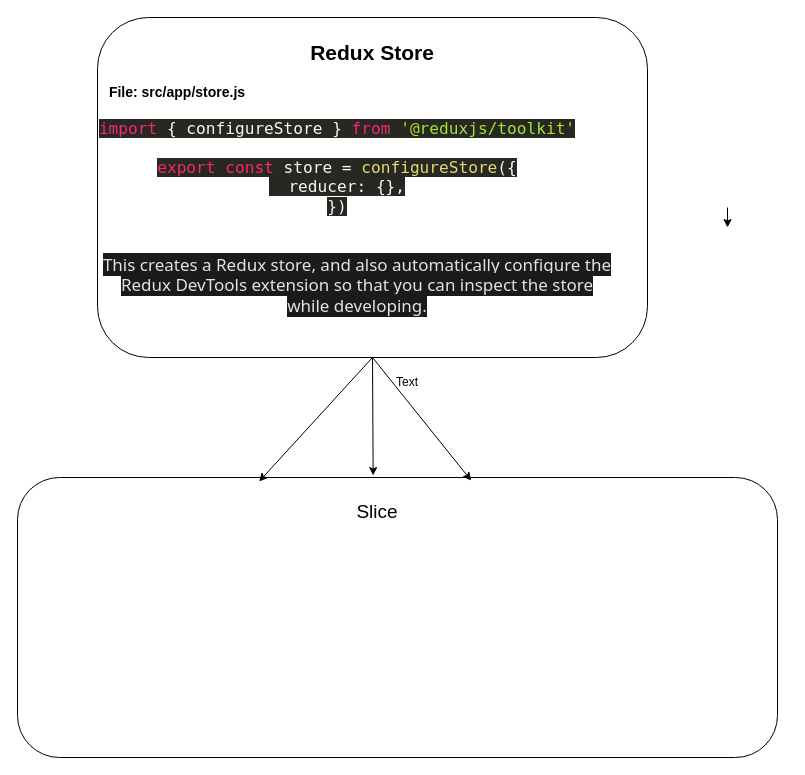
DriveSoft/diagrams keeps this draw.io diagram as Неозаглавена диаграма.drawio. Above is the earlier version. Source tidied: cells renumbered, new cells numbered last; positions are measured from the earlier drawing's top-left corner, leaving out a move shared by most shapes. Both pictures are drawn from the tidied source at 100%, with x=0, y=0 at pixel (17, 17).
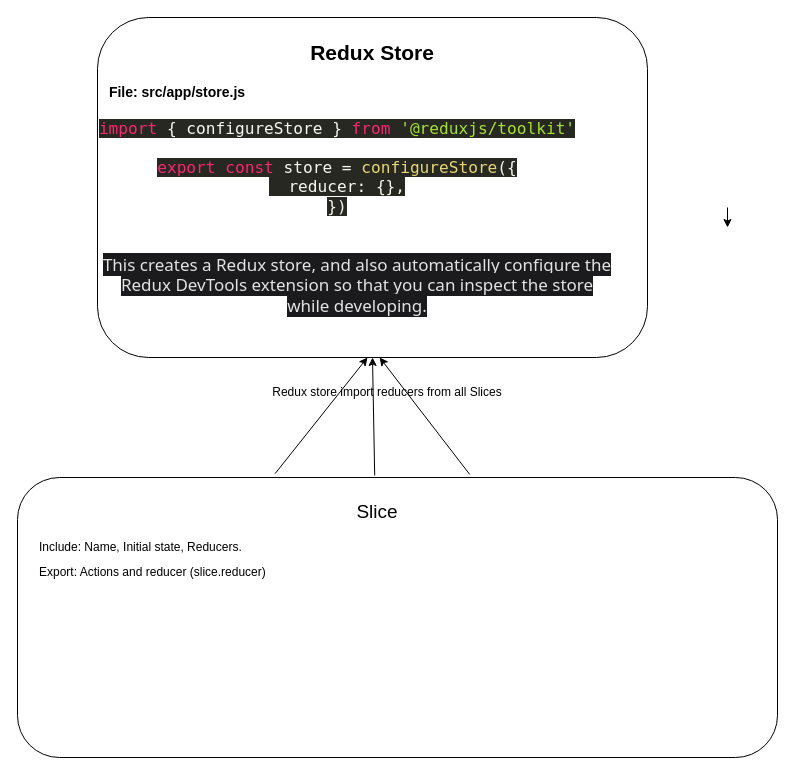
Above is the later version.

Change to the diagram source:
```diff
@@
 <mxGraphModel>
   <root>
     <mxCell id="0" />
     <mxCell id="1" parent="0" />
     <mxCell id="2" style="edgeStyle=orthogonalEdgeStyle;rounded=0;orthogonalLoop=1;jettySize=auto;html=1;" parent="1" edge="1">
       <mxGeometry relative="1" as="geometry">
         <mxPoint x="710" y="190" as="sourcePoint" />
         <mxPoint x="710" y="210" as="targetPoint" />
       </mxGeometry>
     </mxCell>
     <mxCell id="3" style="group;" parent="1" vertex="1">
       <mxGeometry x="70" y="60" width="700" height="280" as="geometry" />
     </mxCell>
     <mxCell id="4" style="rounded=1;whiteSpace=wrap;html=1;" parent="3" vertex="1">
       <mxGeometry x="10" y="-60" width="550" height="340" as="geometry" />
     </mxCell>
     <mxCell id="5" value="File: src/app/store.js" style="text;html=1;align=center;verticalAlign=middle;whiteSpace=wrap;rounded=0;fontStyle=1;fontSize=14;" parent="3" vertex="1">
       <mxGeometry x="20" width="140" height="30" as="geometry" />
     </mxCell>
     <mxCell id="6" value="&lt;span style=&quot;box-sizing: border-box; color: rgb(248, 248, 242); font-family: SFMono-Regular, Menlo, Monaco, Consolas, &amp;quot;Liberation Mono&amp;quot;, &amp;quot;Courier New&amp;quot;, monospace; font-size: 16.15px; text-align: start; white-space: pre; background-color: rgb(39, 40, 34);&quot; class=&quot;token-line&quot;&gt;&lt;span style=&quot;box-sizing: border-box; color: rgb(249, 38, 114);&quot; class=&quot;token keyword&quot;&gt;import&lt;/span&gt;&lt;span style=&quot;box-sizing: border-box;&quot; class=&quot;token plain&quot;&gt; &lt;/span&gt;&lt;span style=&quot;box-sizing: border-box;&quot; class=&quot;token punctuation&quot;&gt;{&lt;/span&gt;&lt;span style=&quot;box-sizing: border-box;&quot; class=&quot;token plain&quot;&gt; configureStore &lt;/span&gt;&lt;span style=&quot;box-sizing: border-box;&quot; class=&quot;token punctuation&quot;&gt;}&lt;/span&gt;&lt;span style=&quot;box-sizing: border-box;&quot; class=&quot;token plain&quot;&gt; &lt;/span&gt;&lt;span style=&quot;box-sizing: border-box; color: rgb(249, 38, 114);&quot; class=&quot;token keyword&quot;&gt;from&lt;/span&gt;&lt;span style=&quot;box-sizing: border-box;&quot; class=&quot;token plain&quot;&gt; &lt;/span&gt;&lt;span style=&quot;box-sizing: border-box; color: rgb(166, 226, 46);&quot; class=&quot;token string&quot;&gt;'@reduxjs/toolkit'&lt;/span&gt;&lt;span style=&quot;box-sizing: border-box;&quot; class=&quot;token plain&quot;&gt;&lt;/span&gt;&lt;br style=&quot;box-sizing: border-box;&quot;&gt;&lt;/span&gt;&lt;span style=&quot;box-sizing: border-box; color: rgb(248, 248, 242); font-family: SFMono-Regular, Menlo, Monaco, Consolas, &amp;quot;Liberation Mono&amp;quot;, &amp;quot;Courier New&amp;quot;, monospace; font-size: 16.15px; text-align: start; white-space: pre; background-color: rgb(39, 40, 34);&quot; class=&quot;token-line&quot;&gt;&lt;span style=&quot;box-sizing: border-box; display: inline-block;&quot; class=&quot;token plain&quot;&gt;&lt;/span&gt;&lt;br style=&quot;box-sizing: border-box;&quot;&gt;&lt;/span&gt;&lt;span style=&quot;box-sizing: border-box; color: rgb(248, 248, 242); font-family: SFMono-Regular, Menlo, Monaco, Consolas, &amp;quot;Liberation Mono&amp;quot;, &amp;quot;Courier New&amp;quot;, monospace; font-size: 16.15px; text-align: start; white-space: pre; background-color: rgb(39, 40, 34);&quot; class=&quot;token-line&quot;&gt;&lt;span style=&quot;box-sizing: border-box;&quot; class=&quot;token plain&quot;&gt;&lt;/span&gt;&lt;span style=&quot;box-sizing: border-box; color: rgb(249, 38, 114);&quot; class=&quot;token keyword&quot;&gt;export&lt;/span&gt;&lt;span style=&quot;box-sizing: border-box;&quot; class=&quot;token plain&quot;&gt; &lt;/span&gt;&lt;span style=&quot;box-sizing: border-box; color: rgb(249, 38, 114);&quot; class=&quot;token keyword&quot;&gt;const&lt;/span&gt;&lt;span style=&quot;box-sizing: border-box;&quot; class=&quot;token plain&quot;&gt; store &lt;/span&gt;&lt;span style=&quot;box-sizing: border-box;&quot; class=&quot;token operator&quot;&gt;=&lt;/span&gt;&lt;span style=&quot;box-sizing: border-box;&quot; class=&quot;token plain&quot;&gt; &lt;/span&gt;&lt;span style=&quot;box-sizing: border-box; color: rgb(230, 216, 116);&quot; class=&quot;token function&quot;&gt;configureStore&lt;/span&gt;&lt;span style=&quot;box-sizing: border-box;&quot; class=&quot;token punctuation&quot;&gt;(&lt;/span&gt;&lt;span style=&quot;box-sizing: border-box;&quot; class=&quot;token punctuation&quot;&gt;{&lt;/span&gt;&lt;span style=&quot;box-sizing: border-box;&quot; class=&quot;token plain&quot;&gt;&lt;/span&gt;&lt;br style=&quot;box-sizing: border-box;&quot;&gt;&lt;/span&gt;&lt;span style=&quot;box-sizing: border-box; color: rgb(248, 248, 242); font-family: SFMono-Regular, Menlo, Monaco, Consolas, &amp;quot;Liberation Mono&amp;quot;, &amp;quot;Courier New&amp;quot;, monospace; font-size: 16.15px; text-align: start; white-space: pre; background-color: rgb(39, 40, 34);&quot; class=&quot;token-line&quot;&gt;&lt;span style=&quot;box-sizing: border-box;&quot; class=&quot;token plain&quot;&gt;  reducer&lt;/span&gt;&lt;span style=&quot;box-sizing: border-box;&quot; class=&quot;token operator&quot;&gt;:&lt;/span&gt;&lt;span style=&quot;box-sizing: border-box;&quot; class=&quot;token plain&quot;&gt; &lt;/span&gt;&lt;span style=&quot;box-sizing: border-box;&quot; class=&quot;token punctuation&quot;&gt;{&lt;/span&gt;&lt;span style=&quot;box-sizing: border-box;&quot; class=&quot;token punctuation&quot;&gt;}&lt;/span&gt;&lt;span style=&quot;box-sizing: border-box;&quot; class=&quot;token punctuation&quot;&gt;,&lt;/span&gt;&lt;span style=&quot;box-sizing: border-box;&quot; class=&quot;token plain&quot;&gt;&lt;/span&gt;&lt;br style=&quot;box-sizing: border-box;&quot;&gt;&lt;/span&gt;&lt;span style=&quot;box-sizing: border-box; color: rgb(248, 248, 242); font-family: SFMono-Regular, Menlo, Monaco, Consolas, &amp;quot;Liberation Mono&amp;quot;, &amp;quot;Courier New&amp;quot;, monospace; font-size: 16.15px; text-align: start; white-space: pre; background-color: rgb(39, 40, 34);&quot; class=&quot;token-line&quot;&gt;&lt;span style=&quot;box-sizing: border-box;&quot; class=&quot;token plain&quot;&gt;&lt;/span&gt;&lt;span style=&quot;box-sizing: border-box;&quot; class=&quot;token punctuation&quot;&gt;}&lt;/span&gt;&lt;span style=&quot;box-sizing: border-box;&quot; class=&quot;token punctuation&quot;&gt;)&lt;/span&gt;&lt;/span&gt;" style="text;html=1;align=center;verticalAlign=middle;whiteSpace=wrap;rounded=0;" parent="3" vertex="1">
       <mxGeometry x="20" y="40" width="460" height="100" as="geometry" />
     </mxCell>
     <mxCell id="7" value="&#10;&lt;span style=&quot;color: rgb(227, 227, 227); font-family: system-ui, -apple-system, &amp;quot;Segoe UI&amp;quot;, Roboto, Ubuntu, Cantarell, &amp;quot;Noto Sans&amp;quot;, sans-serif, BlinkMacSystemFont, &amp;quot;Segoe UI&amp;quot;, Helvetica, Arial, sans-serif, &amp;quot;Apple Color Emoji&amp;quot;, &amp;quot;Segoe UI Emoji&amp;quot;, &amp;quot;Segoe UI Symbol&amp;quot;; font-size: 17px; font-style: normal; font-variant-ligatures: normal; font-variant-caps: normal; font-weight: 400; letter-spacing: normal; orphans: 2; text-align: start; text-indent: 0px; text-transform: none; widows: 2; word-spacing: 0px; -webkit-text-stroke-width: 0px; white-space: normal; background-color: rgb(27, 27, 29); text-decoration-thickness: initial; text-decoration-style: initial; text-decoration-color: initial; display: inline !important; float: none;&quot;&gt;This creates a Redux store, and also automatically configure the Redux DevTools extension so that you can inspect the store while developing.&lt;/span&gt;&#10;&#10;" style="text;html=1;align=center;verticalAlign=middle;whiteSpace=wrap;rounded=0;" parent="3" vertex="1">
       <mxGeometry x="10" y="200" width="520" height="30" as="geometry" />
     </mxCell>
     <mxCell id="8" value="Redux Store" style="text;html=1;align=center;verticalAlign=middle;whiteSpace=wrap;rounded=0;fontStyle=1;fontSize=21;" parent="1" vertex="1">
       <mxGeometry x="270" y="20" width="170" height="30" as="geometry" />
     </mxCell>
     <mxCell id="9" style="rounded=1;whiteSpace=wrap;html=1;" parent="1" vertex="1">
       <mxGeometry y="460" width="760" height="280" as="geometry" />
     </mxCell>
-    <mxCell id="10" style="endArrow=classic;html=1;rounded=0;entryX=0.318;entryY=0.014;entryDx=0;entryDy=0;entryPerimeter=0;exitX=0.5;exitY=1;exitDx=0;exitDy=0;" parent="1" edge="1" source="4" target="9">
-      <mxGeometry relative="1" as="geometry" />
+    <mxCell id="10" style="endArrow=classic;html=1;rounded=0;exitX=0.339;exitY=-0.014;exitDx=0;exitDy=0;exitPerimeter=0;" parent="1" edge="1" source="9">
+      <mxGeometry relative="1" as="geometry">
+        <mxPoint x="350" y="340" as="targetPoint" />
+      </mxGeometry>
     </mxCell>
-    <mxCell id="11" style="endArrow=classic;html=1;rounded=0;exitX=0.5;exitY=1;exitDx=0;exitDy=0;entryX=0.468;entryY=-0.007;entryDx=0;entryDy=0;entryPerimeter=0;" parent="1" edge="1" source="4" target="9">
+    <mxCell id="11" style="endArrow=classic;html=1;rounded=0;entryX=0.5;entryY=1;entryDx=0;entryDy=0;exitX=0.47;exitY=-0.007;exitDx=0;exitDy=0;exitPerimeter=0;" parent="1" edge="1" source="9" target="4">
       <mxGeometry relative="1" as="geometry" />
     </mxCell>
-    <mxCell id="12" style="endArrow=classic;html=1;rounded=0;entryX=0.597;entryY=0.011;entryDx=0;entryDy=0;entryPerimeter=0;exitX=0.5;exitY=1;exitDx=0;exitDy=0;" parent="1" edge="1" source="4" target="9">
+    <mxCell id="12" style="endArrow=classic;html=1;rounded=0;exitX=0.595;exitY=-0.011;exitDx=0;exitDy=0;exitPerimeter=0;entryX=0.513;entryY=1;entryDx=0;entryDy=0;entryPerimeter=0;" parent="1" edge="1" source="9" target="4">
       <mxGeometry relative="1" as="geometry" />
     </mxCell>
-    <mxCell id="13" value="Text" style="text;html=1;align=center;verticalAlign=middle;whiteSpace=wrap;rounded=0;" parent="1" vertex="1">
-      <mxGeometry x="360" y="350" width="60" height="30" as="geometry" />
-    </mxCell>
     <mxCell id="14" value="Slice" style="text;html=1;align=center;verticalAlign=middle;whiteSpace=wrap;rounded=0;fontSize=19;" parent="1" vertex="1">
       <mxGeometry x="300" y="480" width="120" height="30" as="geometry" />
     </mxCell>
+    <mxCell id="15" value="Include: Name, Initial state, Reducers." style="text;html=1;align=left;verticalAlign=middle;whiteSpace=wrap;rounded=0;" parent="1" vertex="1">
+      <mxGeometry x="20" y="515" width="420" height="30" as="geometry" />
+    </mxCell>
+    <mxCell id="16" value="Export: Actions and reducer (slice.reducer)" style="text;html=1;align=left;verticalAlign=middle;whiteSpace=wrap;rounded=0;" parent="1" vertex="1">
+      <mxGeometry x="20" y="540" width="420" height="30" as="geometry" />
+    </mxCell>
+    <mxCell id="17" value="Redux store import reducers from all Slices" style="text;html=1;align=center;verticalAlign=middle;whiteSpace=wrap;rounded=0;" parent="1" vertex="1">
+      <mxGeometry x="240" y="360" width="260" height="30" as="geometry" />
+    </mxCell>
   </root>
 </mxGraphModel>
```
